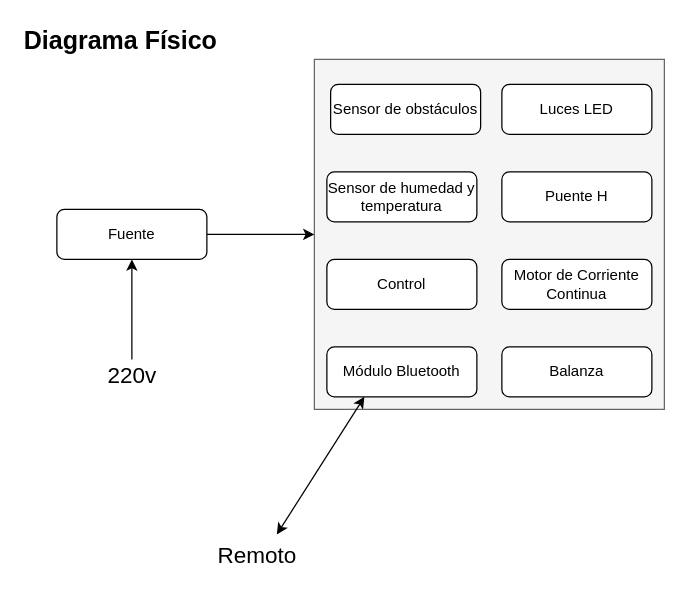
Earlier version of the draw.io diagram Sistema-Embebido/Diagramas/Físico.drawio (ada-lovelace-progra/AsistenteDeCocina). Source tidied: cells renumbered, new cells numbered last; positions are measured from the earlier drawing's top-left corner, leaving out a move shared by most shapes. Both pictures are drawn from the tidied source at 125%, with x=0, y=0 at pixel (21, 21).
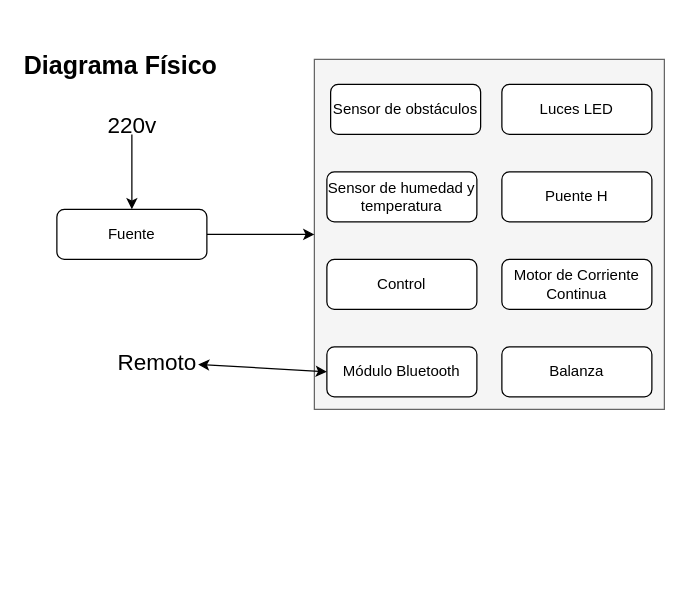
The same page after the edit.

The edit, as a diff of the source:
```diff
@@
 <mxGraphModel>
   <root>
     <mxCell id="0" />
     <mxCell id="1" parent="0" />
     <mxCell id="2" style="rounded=0;whiteSpace=wrap;html=1;align=center;fillColor=#f5f5f5;strokeColor=#666666;fontColor=#333333;" parent="1" vertex="1">
       <mxGeometry x="234" y="30" width="280" height="280" as="geometry" />
     </mxCell>
     <mxCell id="3" value="Diagrama Físico" style="text;html=1;align=left;verticalAlign=top;spacingTop=-4;fontSize=20;fontStyle=1;" parent="1" vertex="1">
-      <mxGeometry width="160" height="30" as="geometry" />
+      <mxGeometry y="20" width="160" height="30" as="geometry" />
     </mxCell>
     <mxCell id="4" value="Módulo Bluetooth" style="rounded=1;whiteSpace=wrap;html=1;" parent="1" vertex="1">
       <mxGeometry x="244" y="260" width="120" height="40" as="geometry" />
     </mxCell>
-    <mxCell id="5" style="endArrow=classic;html=1;entryX=0.25;entryY=1;entryDx=0;entryDy=0;startArrow=classic;startFill=1;" parent="1" edge="1" target="4">
-      <mxGeometry relative="1" as="geometry">
-        <mxPoint x="204" y="410" as="sourcePoint" />
-      </mxGeometry>
+    <mxCell id="5" style="endArrow=classic;html=1;entryX=0;entryY=0.5;entryDx=0;entryDy=0;startArrow=classic;startFill=1;exitX=1.05;exitY=0.7;exitDx=0;exitDy=0;exitPerimeter=0;" parent="1" edge="1" source="6" target="4">
+      <mxGeometry relative="1" as="geometry" />
     </mxCell>
     <mxCell id="6" value="Remoto" style="text;html=1;points=[];align=center;verticalAlign=top;spacingTop=-4;fontSize=18;" parent="1" vertex="1">
-      <mxGeometry x="158" y="414" width="60" height="20" as="geometry" />
+      <mxGeometry x="78" y="260" width="60" height="20" as="geometry" />
     </mxCell>
     <mxCell id="7" value="Control" style="rounded=1;whiteSpace=wrap;html=1;" parent="1" vertex="1">
       <mxGeometry x="244" y="190" width="120" height="40" as="geometry" />
     </mxCell>
     <mxCell id="8" value="Sensor de humedad y temperatura" style="rounded=1;whiteSpace=wrap;html=1;" parent="1" vertex="1">
       <mxGeometry x="244" y="120" width="120" height="40" as="geometry" />
     </mxCell>
     <mxCell id="9" value="Sensor de obstáculos" style="rounded=1;whiteSpace=wrap;html=1;" parent="1" vertex="1">
       <mxGeometry x="247" y="50" width="120" height="40" as="geometry" />
     </mxCell>
     <mxCell id="10" value="Balanza" style="rounded=1;whiteSpace=wrap;html=1;" parent="1" vertex="1">
       <mxGeometry x="384" y="260" width="120" height="40" as="geometry" />
     </mxCell>
     <mxCell id="11" value="Motor de Corriente Continua" style="rounded=1;whiteSpace=wrap;html=1;" parent="1" vertex="1">
       <mxGeometry x="384" y="190" width="120" height="40" as="geometry" />
     </mxCell>
     <mxCell id="12" value="Puente H" style="rounded=1;whiteSpace=wrap;html=1;" parent="1" vertex="1">
       <mxGeometry x="384" y="120" width="120" height="40" as="geometry" />
     </mxCell>
     <mxCell id="13" value="Luces LED" style="rounded=1;whiteSpace=wrap;html=1;" parent="1" vertex="1">
       <mxGeometry x="384" y="50" width="120" height="40" as="geometry" />
     </mxCell>
     <mxCell id="14" style="edgeStyle=orthogonalEdgeStyle;rounded=0;jettySize=auto;html=1;exitX=1;exitY=0.5;exitDx=0;exitDy=0;entryX=0;entryY=0.5;entryDx=0;entryDy=0;" parent="1" edge="1" source="15" target="2">
       <mxGeometry relative="1" as="geometry" />
     </mxCell>
     <mxCell id="15" value="Fuente" style="rounded=1;whiteSpace=wrap;html=1;" parent="1" vertex="1">
       <mxGeometry x="28" y="150" width="120" height="40" as="geometry" />
     </mxCell>
-    <mxCell id="16" style="edgeStyle=orthogonalEdgeStyle;rounded=0;jettySize=auto;html=1;entryX=0.5;entryY=1;entryDx=0;entryDy=0;startArrow=none;startFill=0;" parent="1" edge="1" source="17" target="15">
+    <mxCell id="16" style="edgeStyle=orthogonalEdgeStyle;rounded=0;jettySize=auto;html=1;" parent="1" edge="1" source="17" target="15">
       <mxGeometry relative="1" as="geometry" />
     </mxCell>
     <mxCell id="17" value="220v" style="text;html=1;points=[];align=center;verticalAlign=top;spacingTop=-4;fontSize=18;" parent="1" vertex="1">
-      <mxGeometry x="68" y="270" width="40" height="20" as="geometry" />
+      <mxGeometry x="68" y="70" width="40" height="20" as="geometry" />
     </mxCell>
   </root>
 </mxGraphModel>
```
